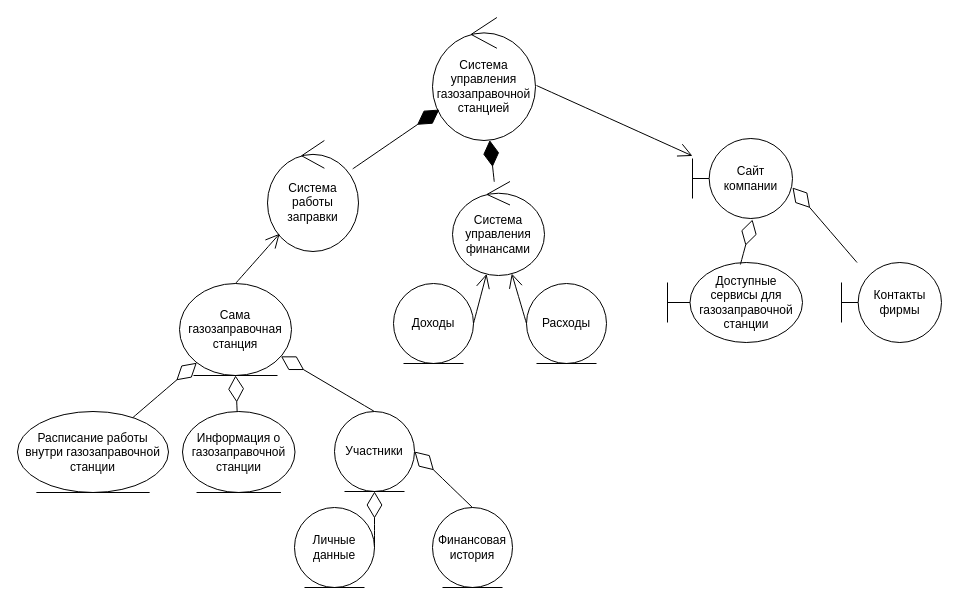
This is 1.drawio from Helpmepleaseitishard/Aikms, a draw.io file, before an edit. Source tidied: cells renumbered, new cells numbered last; positions are measured from the earlier drawing's top-left corner, leaving out a move shared by most shapes. Both pictures are drawn from the tidied source at 100%, with x=0, y=0 at pixel (17, 17).
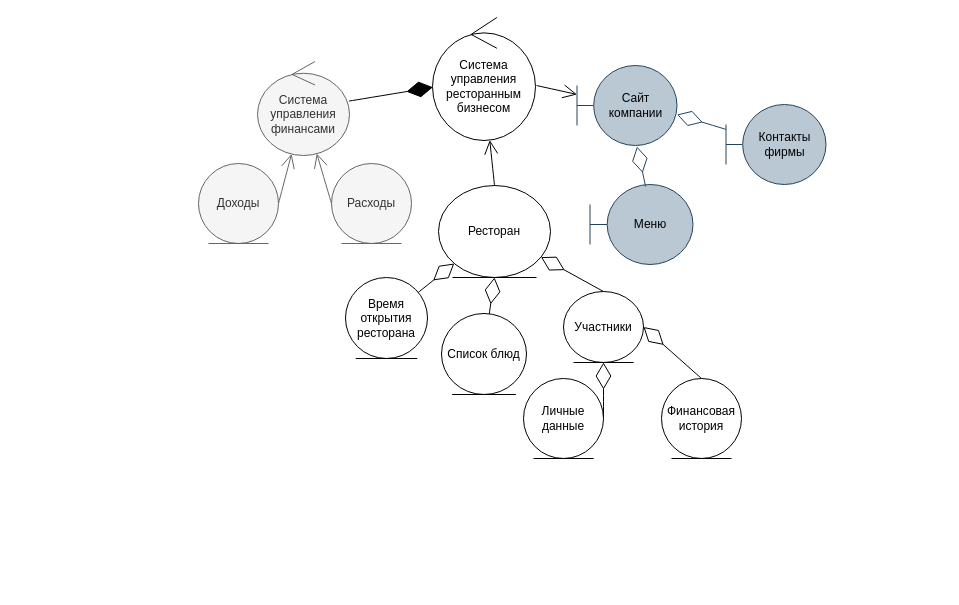
The same page after the edit.

Change to the diagram source:
```diff
@@
-    <mxCell id="2" value="Система управления газозаправочной станцией" style="ellipse;shape=umlControl;whiteSpace=wrap;html=1;" parent="1" vertex="1">
+    <mxCell id="2" value="Система управления ресторанным бизнесом" style="ellipse;shape=umlControl;whiteSpace=wrap;html=1;" parent="1" vertex="1">
       <mxGeometry x="415" width="103" height="123" as="geometry" />
     </mxCell>
-    <mxCell id="3" value="Система работы заправки" style="ellipse;shape=umlControl;whiteSpace=wrap;html=1;" parent="1" vertex="1">
-      <mxGeometry x="250" y="123" width="91" height="111" as="geometry" />
-    </mxCell>
-    <mxCell id="4" value="Система управления финансами" style="ellipse;shape=umlControl;whiteSpace=wrap;html=1;" parent="1" vertex="1">
-      <mxGeometry x="435" y="164" width="92" height="94" as="geometry" />
+    <mxCell id="4" value="Система управления финансами" style="ellipse;shape=umlControl;whiteSpace=wrap;html=1;fillColor=#f5f5f5;strokeColor=#666666;fontColor=#333333;" parent="1" vertex="1">
+      <mxGeometry x="240" y="44" width="92" height="94" as="geometry" />
     </mxCell>
-    <mxCell id="5" value="Сайт компании" style="shape=umlBoundary;whiteSpace=wrap;html=1;" parent="1" vertex="1">
-      <mxGeometry x="675" y="121" width="100" height="80" as="geometry" />
+    <mxCell id="5" value="Сайт компании" style="shape=umlBoundary;whiteSpace=wrap;html=1;fillColor=#bac8d3;strokeColor=#23445d;" parent="1" vertex="1">
+      <mxGeometry x="559.5" y="48" width="100" height="80" as="geometry" />
     </mxCell>
-    <mxCell id="6" value="Доходы" style="ellipse;shape=umlEntity;whiteSpace=wrap;html=1;" parent="1" vertex="1">
-      <mxGeometry x="376" y="266" width="80" height="80" as="geometry" />
+    <mxCell id="6" value="Доходы" style="ellipse;shape=umlEntity;whiteSpace=wrap;html=1;fillColor=#f5f5f5;strokeColor=#666666;fontColor=#333333;" parent="1" vertex="1">
+      <mxGeometry x="181" y="146" width="80" height="80" as="geometry" />
     </mxCell>
-    <mxCell id="7" value="Расходы" style="ellipse;shape=umlEntity;whiteSpace=wrap;html=1;" parent="1" vertex="1">
-      <mxGeometry x="509" y="266" width="80" height="80" as="geometry" />
+    <mxCell id="7" value="Расходы" style="ellipse;shape=umlEntity;whiteSpace=wrap;html=1;fillColor=#f5f5f5;strokeColor=#666666;fontColor=#333333;" parent="1" vertex="1">
+      <mxGeometry x="314" y="146" width="80" height="80" as="geometry" />
     </mxCell>
-    <mxCell id="8" value="Доступные сервисы для газозаправочной станции" style="shape=umlBoundary;whiteSpace=wrap;html=1;" parent="1" vertex="1">
-      <mxGeometry x="650" y="245" width="135" height="80" as="geometry" />
+    <mxCell id="8" value="Меню" style="shape=umlBoundary;whiteSpace=wrap;html=1;fillColor=#bac8d3;strokeColor=#23445d;" parent="1" vertex="1">
+      <mxGeometry x="572.5" y="167" width="103" height="80" as="geometry" />
     </mxCell>
-    <mxCell id="9" value="Контакты фирмы" style="shape=umlBoundary;whiteSpace=wrap;html=1;" parent="1" vertex="1">
-      <mxGeometry x="824" y="245" width="100" height="80" as="geometry" />
+    <mxCell id="9" value="Контакты фирмы" style="shape=umlBoundary;whiteSpace=wrap;html=1;fillColor=#bac8d3;strokeColor=#23445d;" parent="1" vertex="1">
+      <mxGeometry x="708.5" y="87" width="100" height="80" as="geometry" />
     </mxCell>
-    <mxCell id="10" value="Сама газозаправочная станция" style="ellipse;shape=umlEntity;whiteSpace=wrap;html=1;" parent="1" vertex="1">
-      <mxGeometry x="162" y="266" width="112" height="92" as="geometry" />
+    <mxCell id="10" value="Ресторан" style="ellipse;shape=umlEntity;whiteSpace=wrap;html=1;" parent="1" vertex="1">
+      <mxGeometry x="421" y="168" width="112" height="92" as="geometry" />
     </mxCell>
-    <mxCell id="11" value="Расписание работы внутри газозаправочной станции" style="ellipse;shape=umlEntity;whiteSpace=wrap;html=1;" parent="1" vertex="1">
-      <mxGeometry y="394" width="151" height="81" as="geometry" />
+    <mxCell id="11" value="Время открытия ресторана" style="ellipse;shape=umlEntity;whiteSpace=wrap;html=1;" parent="1" vertex="1">
+      <mxGeometry x="328" y="260" width="82" height="81" as="geometry" />
     </mxCell>
-    <mxCell id="12" value="Информация о газозаправочной станции" style="ellipse;shape=umlEntity;whiteSpace=wrap;html=1;" parent="1" vertex="1">
-      <mxGeometry x="165" y="394" width="112.5" height="81" as="geometry" />
+    <mxCell id="12" value="Список блюд" style="ellipse;shape=umlEntity;whiteSpace=wrap;html=1;" parent="1" vertex="1">
+      <mxGeometry x="424" y="296" width="85" height="81" as="geometry" />
     </mxCell>
     <mxCell id="13" value="Участники" style="ellipse;shape=umlEntity;whiteSpace=wrap;html=1;" parent="1" vertex="1">
-      <mxGeometry x="317" y="394" width="80" height="80" as="geometry" />
+      <mxGeometry x="546" y="274" width="80" height="71" as="geometry" />
     </mxCell>
     <mxCell id="14" value="Личные данные" style="ellipse;shape=umlEntity;whiteSpace=wrap;html=1;" parent="1" vertex="1">
-      <mxGeometry x="277" y="490" width="80" height="80" as="geometry" />
+      <mxGeometry x="506" y="361" width="80" height="80" as="geometry" />
     </mxCell>
     <mxCell id="15" value="Финансовая история" style="ellipse;shape=umlEntity;whiteSpace=wrap;html=1;" parent="1" vertex="1">
-      <mxGeometry x="415" y="490" width="80" height="80" as="geometry" />
+      <mxGeometry x="644" y="361" width="80" height="80" as="geometry" />
     </mxCell>
@@
-    <mxCell id="17" style="endArrow=diamondThin;endFill=1;endSize=24;html=1;rounded=0;fontSize=12;curved=1;" parent="1" edge="1" source="3" target="2">
-      <mxGeometry relative="1" as="geometry" />
-    </mxCell>
@@
-    <mxCell id="19" style="endArrow=diamondThin;endFill=0;endSize=24;html=1;rounded=0;fontSize=12;curved=1;exitX=0.54;exitY=0.025;exitDx=0;exitDy=0;exitPerimeter=0;entryX=0.6;entryY=1.013;entryDx=0;entryDy=0;entryPerimeter=0;" parent="1" edge="1" source="8" target="5">
+    <mxCell id="19" style="endArrow=diamondThin;endFill=0;endSize=24;html=1;rounded=0;fontSize=12;curved=1;exitX=0.54;exitY=0.025;exitDx=0;exitDy=0;exitPerimeter=0;entryX=0.6;entryY=1.013;entryDx=0;entryDy=0;entryPerimeter=0;fillColor=#bac8d3;strokeColor=#23445d;" parent="1" edge="1" source="8" target="5">
       <mxGeometry relative="1" as="geometry" />
     </mxCell>
-    <mxCell id="20" style="endArrow=diamondThin;endFill=0;endSize=24;html=1;rounded=0;fontSize=12;curved=1;entryX=1;entryY=0.613;entryDx=0;entryDy=0;entryPerimeter=0;" parent="1" edge="1" source="9" target="5">
+    <mxCell id="20" style="endArrow=diamondThin;endFill=0;endSize=24;html=1;rounded=0;fontSize=12;curved=1;entryX=1;entryY=0.613;entryDx=0;entryDy=0;entryPerimeter=0;fillColor=#bac8d3;strokeColor=#23445d;" parent="1" edge="1" source="9" target="5">
       <mxGeometry relative="1" as="geometry" />
     </mxCell>
-    <mxCell id="21" style="endArrow=open;endFill=1;endSize=12;html=1;rounded=0;fontSize=12;curved=1;exitX=1;exitY=0.5;exitDx=0;exitDy=0;" parent="1" edge="1" source="6" target="4">
+    <mxCell id="21" style="endArrow=open;endFill=1;endSize=12;html=1;rounded=0;fontSize=12;curved=1;exitX=1;exitY=0.5;exitDx=0;exitDy=0;fillColor=#f5f5f5;strokeColor=#666666;" parent="1" edge="1" source="6" target="4">
       <mxGeometry relative="1" as="geometry" />
     </mxCell>
-    <mxCell id="22" style="endArrow=open;endFill=1;endSize=12;html=1;rounded=0;fontSize=12;curved=1;exitX=0;exitY=0.5;exitDx=0;exitDy=0;" parent="1" edge="1" source="7" target="4">
+    <mxCell id="22" style="endArrow=open;endFill=1;endSize=12;html=1;rounded=0;fontSize=12;curved=1;exitX=0;exitY=0.5;exitDx=0;exitDy=0;fillColor=#f5f5f5;strokeColor=#666666;" parent="1" edge="1" source="7" target="4">
       <mxGeometry relative="1" as="geometry" />
     </mxCell>
@@
-    <mxCell id="28" style="endArrow=open;endFill=1;endSize=12;html=1;rounded=0;fontSize=12;curved=1;exitX=0.5;exitY=0;exitDx=0;exitDy=0;" parent="1" edge="1" source="10" target="3">
+    <mxCell id="28" style="endArrow=open;endFill=1;endSize=12;html=1;rounded=0;fontSize=12;curved=1;exitX=0.5;exitY=0;exitDx=0;exitDy=0;" parent="1" edge="1" source="10" target="2">
       <mxGeometry relative="1" as="geometry" />
     </mxCell>
```
